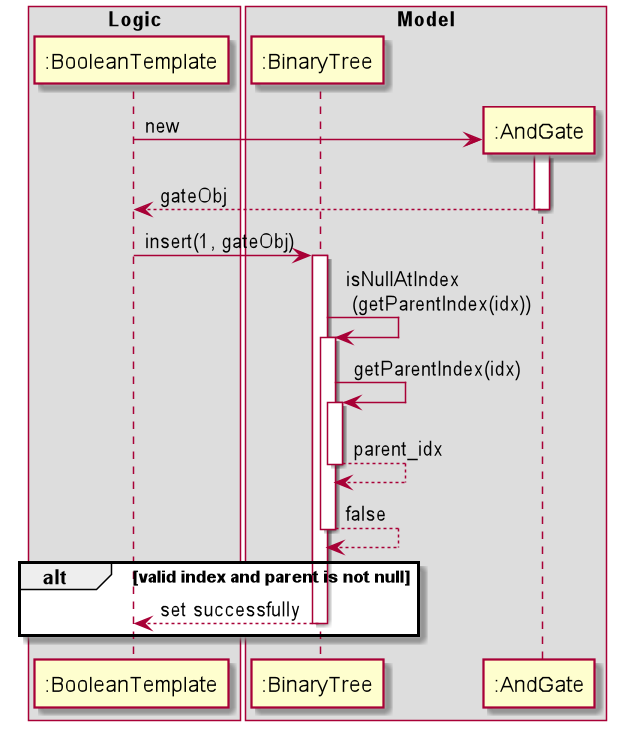
The PlantUML diagram docs/diagrams/BinaryTreeInsertSequenceDiagram.png in sevenseasofbri/tp, before a commit.
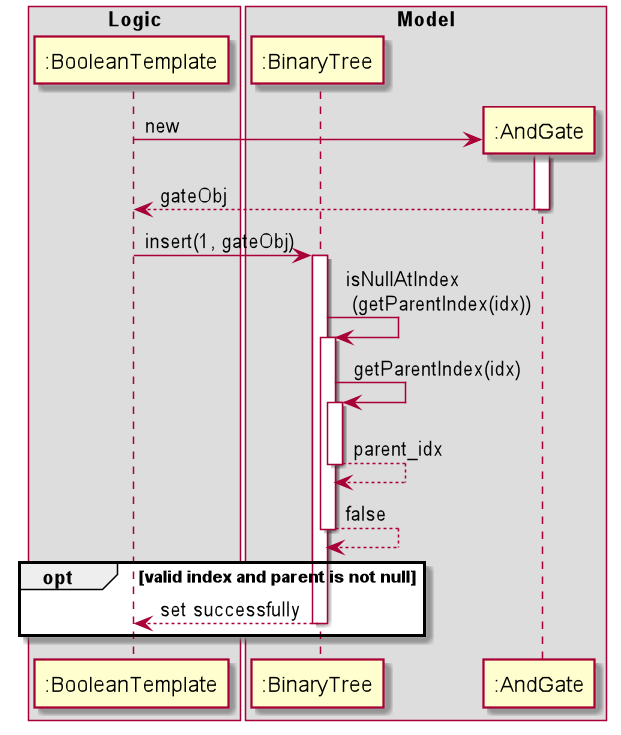
Above is the later version.

Change to the diagram source:
```diff
@@ -17,7 +17,7 @@
 BinaryTree -> BinaryTree : getParentIndex(idx)
 return parent_idx
 return false
-alt valid index and parent is not null
+opt valid index and parent is not null
 return set successfully
 end
 @enduml
```
